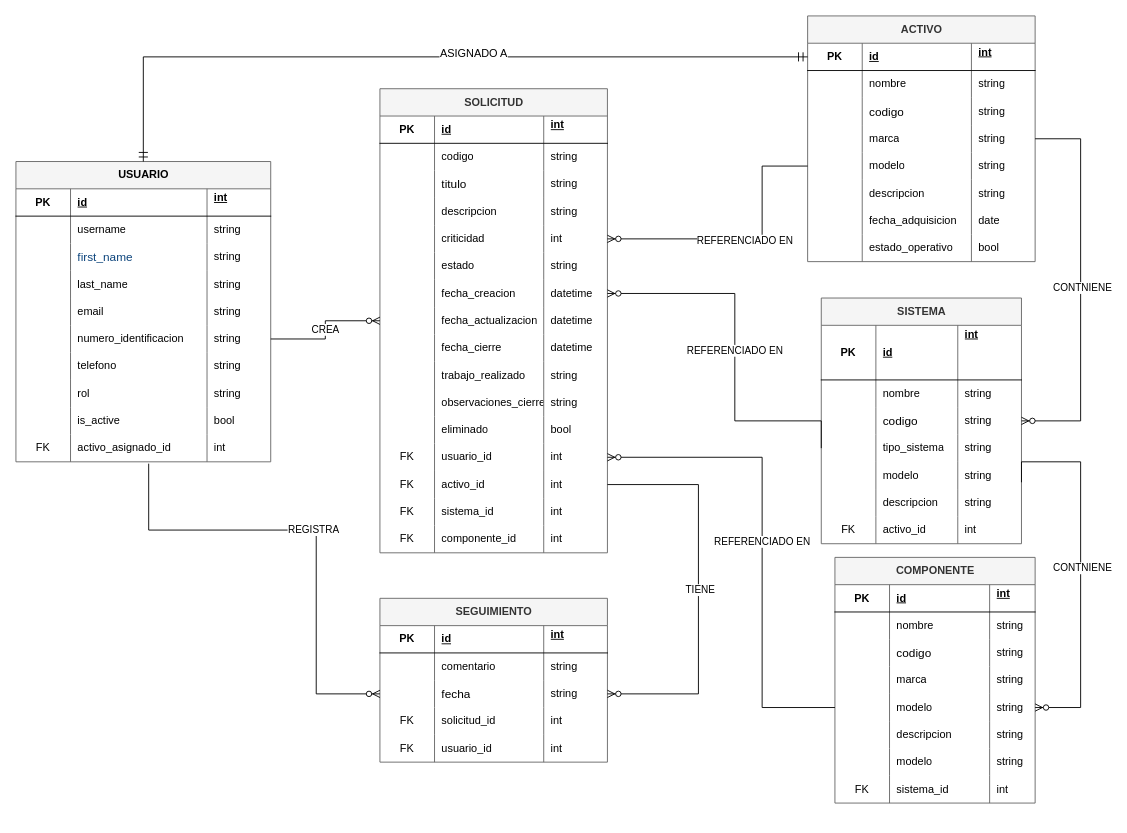
The draw.io diagram docs/Modelo ER.drawio in andycf95/Software_ReportOne_ADSO, before the edit. Source tidied: cells renumbered, new cells numbered last; positions are measured from the earlier drawing's top-left corner, leaving out a move shared by most shapes. Both pictures are drawn from the tidied source at 91%, with x=0, y=0 at pixel (15, 15).
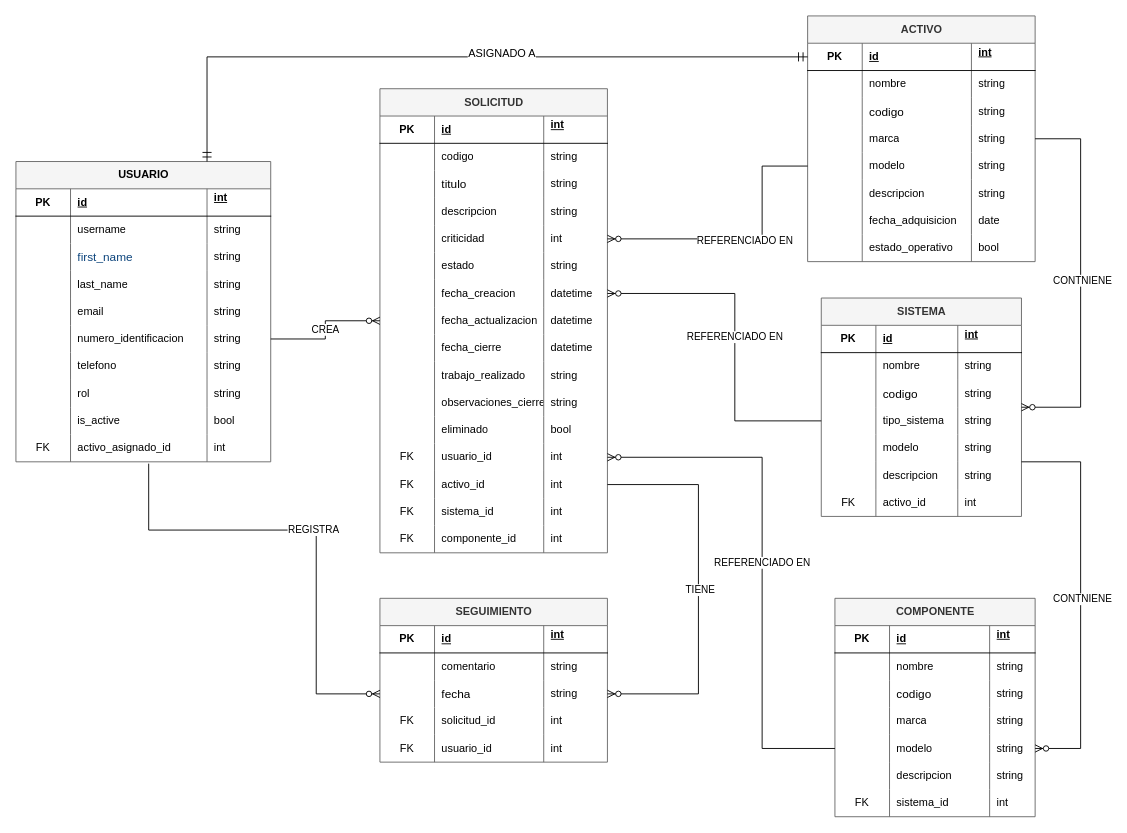
Above is the later version.

The change refers to these unchanged cells:
```xml
<mxCell id="2" value="USUARIO" style="shape=table;startSize=30;childLayout=tableLayout;rowLines=0;fontStyle=1;align=center;html=1;fillColor=#f5f5f5;strokeColor=#666666;fontColor=#000000;" parent="1" vertex="1">
  <mxGeometry y="160" width="280" height="330" as="geometry" />
</mxCell>
<mxCell id="44" style="shape=tableRow;horizontal=0;startSize=0;swimlaneHead=0;swimlaneBody=0;fillColor=none;points=[[0,0.5],[1,0.5]];portConstraint=eastwest;top=0;left=0;right=0;bottom=1;" parent="43" vertex="1">
  <mxGeometry y="30" width="250" height="30" as="geometry" />
</mxCell>
<mxCell id="56" style="shape=tableRow;horizontal=0;startSize=0;swimlaneHead=0;swimlaneBody=0;fillColor=none;points=[[0,0.5],[1,0.5]];portConstraint=eastwest;top=0;left=0;right=0;bottom=0;" parent="43" vertex="1">
  <mxGeometry y="120" width="250" height="30" as="geometry" />
</mxCell>
<mxCell id="122" style="shape=tableRow;horizontal=0;startSize=0;swimlaneHead=0;swimlaneBody=0;fillColor=none;points=[[0,0.5],[1,0.5]];portConstraint=eastwest;top=0;left=0;right=0;bottom=0;" parent="105" vertex="1">
  <mxGeometry y="150" width="220" height="30" as="geometry" />
</mxCell>
<mxCell id="187" style="shape=tableRow;horizontal=0;startSize=0;swimlaneHead=0;swimlaneBody=0;fillColor=none;points=[[0,0.5],[1,0.5]];portConstraint=eastwest;top=0;left=0;right=0;bottom=0;" parent="138" vertex="1">
  <mxGeometry y="390" width="250" height="30" as="geometry" />
</mxCell>
```

Diff of the diagram source:
```diff
@@
     <mxCell id="76" value="SISTEMA" style="shape=table;startSize=30;childLayout=tableLayout;rowLines=0;fontStyle=1;align=center;html=1;fillColor=#f5f5f5;strokeColor=#666666;fontColor=#333333;" parent="1" vertex="1">
-      <mxGeometry x="885" y="310" width="220" height="270" as="geometry" />
+      <mxGeometry x="885" y="310" width="220" height="240" as="geometry" />
     </mxCell>
     <mxCell id="77" style="shape=tableRow;horizontal=0;startSize=0;swimlaneHead=0;swimlaneBody=0;fillColor=none;top=0;left=0;right=0;bottom=1;" parent="76" vertex="1">
-      <mxGeometry y="30" width="220" height="60" as="geometry" />
+      <mxGeometry y="30" width="220" height="30" as="geometry" />
     </mxCell>
     <mxCell id="78" value="PK" style="shape=partialRectangle;fillColor=none;top=0;left=0;bottom=0;right=0;fontStyle=1;overflow=hidden;whiteSpace=wrap;html=1;" parent="77" vertex="1">
-      <mxGeometry width="60" height="60" as="geometry" />
+      <mxGeometry width="60" height="30" as="geometry" />
     </mxCell>
     <mxCell id="79" value="id" style="shape=partialRectangle;fillColor=none;top=0;left=0;bottom=0;right=0;align=left;spacingLeft=6;fontStyle=5;overflow=hidden;whiteSpace=wrap;html=1;" parent="77" vertex="1">
-      <mxGeometry x="60" width="90" height="60" as="geometry" />
+      <mxGeometry x="60" width="90" height="30" as="geometry" />
     </mxCell>
     <mxCell id="80" value="int&lt;div&gt;&lt;br&gt;&lt;/div&gt;&lt;div&gt;&lt;br&gt;&lt;/div&gt;&lt;div&gt;&lt;br&gt;&lt;/div&gt;&lt;div&gt;&lt;br&gt;&lt;/div&gt;&lt;div&gt;&lt;br&gt;&lt;/div&gt;&lt;div&gt;&lt;br&gt;&lt;/div&gt;&lt;div&gt;&lt;br&gt;&lt;/div&gt;&lt;div&gt;&lt;br&gt;&lt;/div&gt;&lt;div&gt;&lt;br&gt;&lt;/div&gt;&lt;div&gt;&lt;br&gt;&lt;/div&gt;&lt;div&gt;&lt;br&gt;&lt;/div&gt;&lt;div&gt;&lt;br&gt;&lt;/div&gt;&lt;div&gt;&lt;br&gt;&lt;/div&gt;" style="shape=partialRectangle;fillColor=none;top=0;left=0;bottom=0;right=0;align=left;spacingLeft=6;fontStyle=5;overflow=hidden;whiteSpace=wrap;html=1;" parent="77" vertex="1">
-      <mxGeometry x="150" width="70" height="60" as="geometry" />
+      <mxGeometry x="150" width="70" height="30" as="geometry" />
     </mxCell>
     <mxCell id="81" style="shape=tableRow;horizontal=0;startSize=0;swimlaneHead=0;swimlaneBody=0;fillColor=none;top=0;left=0;right=0;bottom=0;" parent="76" vertex="1">
-      <mxGeometry y="90" width="220" height="30" as="geometry" />
+      <mxGeometry y="60" width="220" height="30" as="geometry" />
     </mxCell>
@@
     <mxCell id="85" style="shape=tableRow;horizontal=0;startSize=0;swimlaneHead=0;swimlaneBody=0;fillColor=none;top=0;left=0;right=0;bottom=0;" parent="76" vertex="1">
-      <mxGeometry y="120" width="220" height="30" as="geometry" />
+      <mxGeometry y="90" width="220" height="30" as="geometry" />
     </mxCell>
@@
     <mxCell id="89" style="shape=tableRow;horizontal=0;startSize=0;swimlaneHead=0;swimlaneBody=0;fillColor=none;points=[[0,0.5],[1,0.5]];portConstraint=eastwest;top=0;left=0;right=0;bottom=0;" parent="76" vertex="1">
-      <mxGeometry y="150" width="220" height="30" as="geometry" />
+      <mxGeometry y="120" width="220" height="30" as="geometry" />
     </mxCell>
@@
     <mxCell id="93" style="shape=tableRow;horizontal=0;startSize=0;swimlaneHead=0;swimlaneBody=0;fillColor=none;top=0;left=0;right=0;bottom=0;" parent="76" vertex="1">
-      <mxGeometry y="180" width="220" height="30" as="geometry" />
+      <mxGeometry y="150" width="220" height="30" as="geometry" />
     </mxCell>
@@
     <mxCell id="97" style="shape=tableRow;horizontal=0;startSize=0;swimlaneHead=0;swimlaneBody=0;fillColor=none;top=0;left=0;right=0;bottom=0;" parent="76" vertex="1">
-      <mxGeometry y="210" width="220" height="30" as="geometry" />
+      <mxGeometry y="180" width="220" height="30" as="geometry" />
     </mxCell>
@@
     <mxCell id="101" style="shape=tableRow;horizontal=0;startSize=0;swimlaneHead=0;swimlaneBody=0;fillColor=none;top=0;left=0;right=0;bottom=0;" parent="76" vertex="1">
-      <mxGeometry y="240" width="220" height="30" as="geometry" />
+      <mxGeometry y="210" width="220" height="30" as="geometry" />
     </mxCell>
@@
     <mxCell id="105" value="COMPONENTE" style="shape=table;startSize=30;childLayout=tableLayout;rowLines=0;fontStyle=1;align=center;html=1;fillColor=#f5f5f5;strokeColor=#666666;fontColor=#333333;" parent="1" vertex="1">
-      <mxGeometry x="900" y="595" width="220" height="270" as="geometry" />
+      <mxGeometry x="900" y="640" width="220" height="240" as="geometry" />
     </mxCell>
@@
-    <mxCell id="130" style="shape=tableRow;horizontal=0;startSize=0;swimlaneHead=0;swimlaneBody=0;fillColor=none;top=0;left=0;right=0;bottom=0;" parent="105" vertex="1">
-      <mxGeometry y="210" width="220" height="30" as="geometry" />
-    </mxCell>
-    <mxCell id="131" style="shape=partialRectangle;fillColor=none;top=0;left=0;bottom=0;right=0;overflow=hidden;whiteSpace=wrap;html=1;" parent="130" vertex="1">
-      <mxGeometry width="60" height="30" as="geometry" />
-    </mxCell>
-    <mxCell id="132" value="modelo" style="shape=partialRectangle;fillColor=none;top=0;left=0;bottom=0;right=0;align=left;spacingLeft=6;overflow=hidden;whiteSpace=wrap;html=1;" parent="130" vertex="1">
-      <mxGeometry x="60" width="110" height="30" as="geometry" />
-    </mxCell>
-    <mxCell id="133" value="string" style="shape=partialRectangle;fillColor=none;top=0;left=0;bottom=0;right=0;align=left;spacingLeft=6;overflow=hidden;whiteSpace=wrap;html=1;" parent="130" vertex="1">
-      <mxGeometry x="170" width="50" height="30" as="geometry" />
-    </mxCell>
     <mxCell id="134" style="shape=tableRow;horizontal=0;startSize=0;swimlaneHead=0;swimlaneBody=0;fillColor=none;top=0;left=0;right=0;bottom=0;" parent="105" vertex="1">
-      <mxGeometry y="240" width="220" height="30" as="geometry" />
+      <mxGeometry y="210" width="220" height="30" as="geometry" />
     </mxCell>
@@
     <mxCell id="230" style="edgeStyle=orthogonalEdgeStyle;fontSize=12;html=1;endArrow=ERzeroToMany;endFill=1;rounded=0;exitX=1;exitY=0.5;exitDx=0;exitDy=0;entryX=1;entryY=0.5;entryDx=0;entryDy=0;" parent="1" edge="1" source="56" target="76">
       <mxGeometry relative="1" as="geometry">
         <Array as="points">
           <mxPoint x="1170" y="135" />
-          <mxPoint x="1170" y="445" />
+          <mxPoint x="1170" y="430" />
         </Array>
       </mxGeometry>
     </mxCell>
@@
     <mxCell id="232" style="edgeStyle=orthogonalEdgeStyle;fontSize=12;html=1;endArrow=ERzeroToMany;endFill=1;rounded=0;exitX=1;exitY=0.75;exitDx=0;exitDy=0;entryX=1;entryY=0.5;entryDx=0;entryDy=0;" parent="1" edge="1" source="76" target="122">
       <mxGeometry relative="1" as="geometry">
         <Array as="points">
           <mxPoint x="1170" y="490" />
-          <mxPoint x="1170" y="760" />
+          <mxPoint x="1170" y="805" />
         </Array>
       </mxGeometry>
     </mxCell>
@@
     <mxCell id="238" style="edgeStyle=orthogonalEdgeStyle;fontSize=12;html=1;endArrow=ERzeroToMany;endFill=1;rounded=0;exitX=0;exitY=0.5;exitDx=0;exitDy=0;entryX=1;entryY=0.5;entryDx=0;entryDy=0;" parent="1" edge="1" source="122" target="187">
       <mxGeometry relative="1" as="geometry">
         <Array as="points">
-          <mxPoint x="820" y="760" />
+          <mxPoint x="820" y="805" />
           <mxPoint x="820" y="485" />
         </Array>
       </mxGeometry>
     </mxCell>
@@
-    <mxCell id="240" style="edgeStyle=orthogonalEdgeStyle;fontSize=12;html=1;endArrow=ERmandOne;startArrow=ERmandOne;rounded=0;startSize=8;endSize=8;exitX=0.5;exitY=0;exitDx=0;exitDy=0;entryX=0;entryY=0.5;entryDx=0;entryDy=0;" parent="1" edge="1" source="2" target="44">
-      <mxGeometry relative="1" as="geometry" />
+    <mxCell id="240" style="edgeStyle=orthogonalEdgeStyle;fontSize=12;html=1;endArrow=ERmandOne;startArrow=ERmandOne;rounded=0;startSize=8;endSize=8;entryX=0;entryY=0.5;entryDx=0;entryDy=0;exitX=0.75;exitY=0;exitDx=0;exitDy=0;" parent="1" edge="1" source="2" target="44">
+      <mxGeometry relative="1" as="geometry">
+        <Array as="points">
+          <mxPoint x="210" y="45" />
+        </Array>
+      </mxGeometry>
     </mxCell>
```
